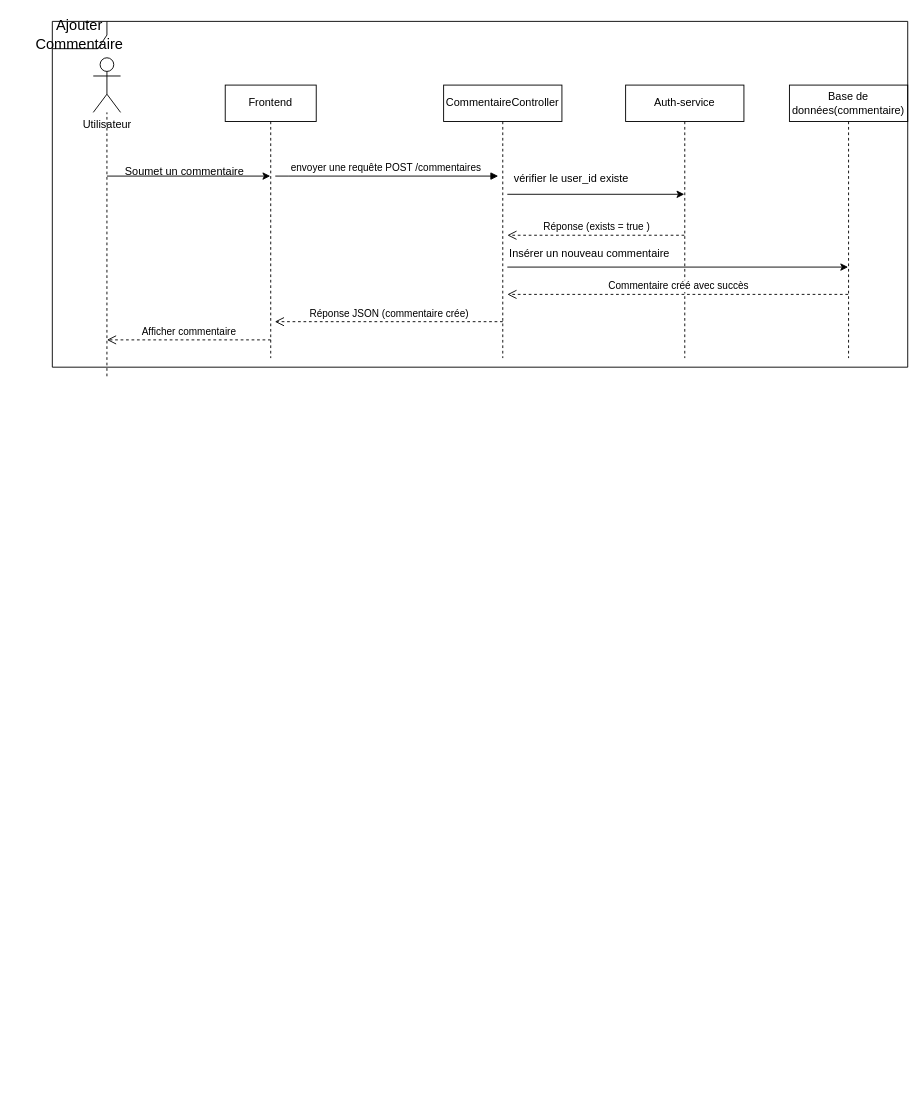
Before: Diagramme sans nom.drawio in yassigh/app-e-commerce, a draw.io diagram. Source tidied: cells renumbered, new cells numbered last; positions are measured from the earlier drawing's top-left corner, leaving out a move shared by most shapes. Both pictures are drawn from the tidied source at 91%, with x=0, y=0 at pixel (52, 21).
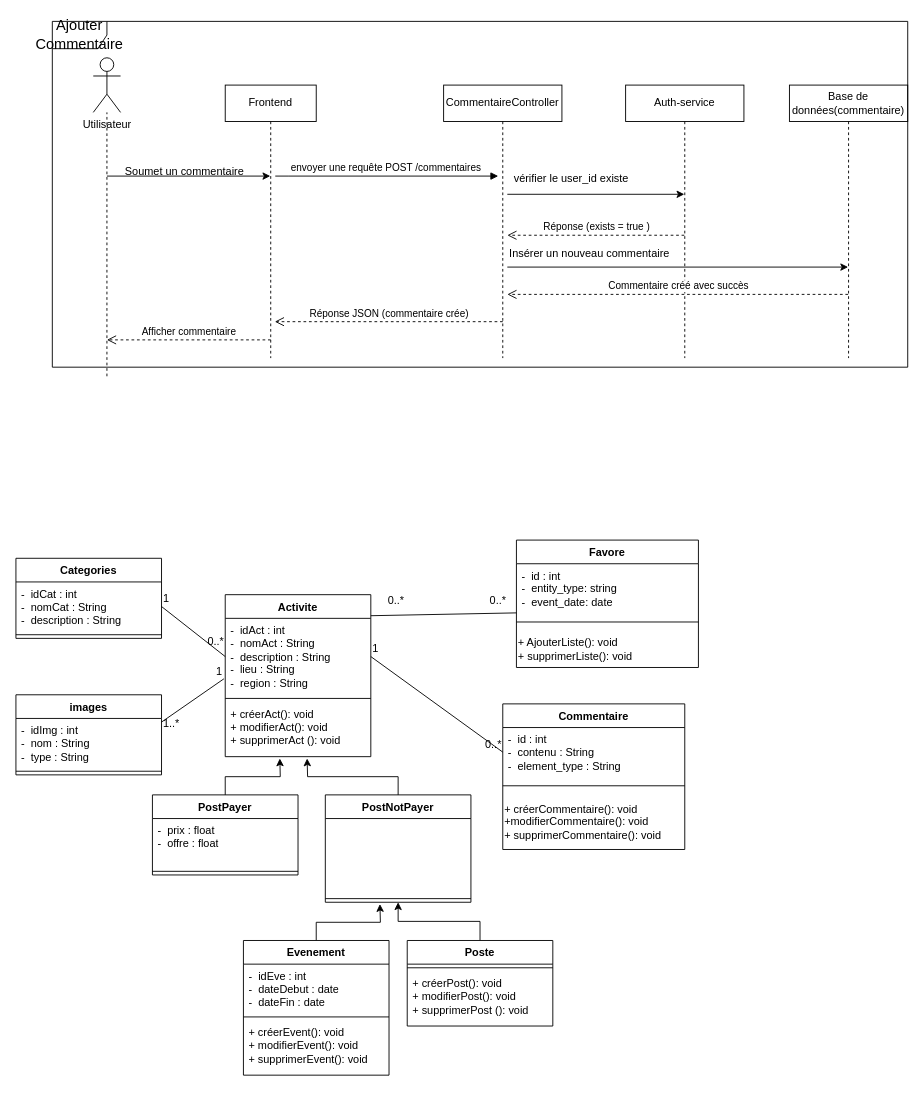
The same page after the edit.

Commit message:
Mettre à jour Diagramme sans nom.drawio

Diff of the diagram source:
```diff
@@
+    <mxCell id="20" value="&lt;b&gt;Activite&lt;/b&gt;" style="swimlane;fontStyle=1;align=center;verticalAlign=top;horizontal=1;startSize=26;whiteSpace=wrap;html=1;" parent="1" vertex="1">
+      <mxGeometry x="190" y="630" width="160" height="178" as="geometry" />
+    </mxCell>
+    <mxCell id="21" value="-&amp;nbsp; idAct : int&lt;div&gt;-&amp;nbsp; nomAct : String&lt;/div&gt;&lt;div&gt;-&amp;nbsp; description : String&lt;/div&gt;&lt;div&gt;-&amp;nbsp; lieu : String&lt;/div&gt;&lt;div&gt;-&amp;nbsp; region : String&lt;/div&gt;" style="text;strokeColor=none;fillColor=none;align=left;verticalAlign=top;spacingLeft=4;spacingRight=4;overflow=hidden;points=[[0,0.5],[1,0.5]];portConstraint=eastwest;whiteSpace=wrap;html=1;" parent="20" vertex="1">
+      <mxGeometry y="26" width="160" height="84" as="geometry" />
+    </mxCell>
+    <mxCell id="22" style="line;strokeWidth=1;fillColor=none;align=left;verticalAlign=middle;spacingTop=-1;spacingLeft=3;spacingRight=3;labelPosition=right;strokeColor=inherit;" parent="20" vertex="1">
+      <mxGeometry y="110" width="160" height="8" as="geometry" />
+    </mxCell>
+    <mxCell id="23" value="+ créerAct(): void&lt;div&gt;+ modifierAct(): void&lt;/div&gt;&lt;div&gt;+ supprimerAct (): void&lt;/div&gt;" style="text;strokeColor=none;fillColor=none;align=left;verticalAlign=top;spacingLeft=4;spacingRight=4;overflow=hidden;whiteSpace=wrap;html=1;" parent="20" vertex="1">
+      <mxGeometry y="118" width="160" height="60" as="geometry" />
+    </mxCell>
+    <mxCell id="24" value="&lt;b&gt;Categories&lt;/b&gt;" style="swimlane;fontStyle=1;align=center;verticalAlign=top;horizontal=1;startSize=26;whiteSpace=wrap;html=1;" parent="1" vertex="1">
+      <mxGeometry x="-40" y="590" width="160" height="88" as="geometry" />
+    </mxCell>
+    <mxCell id="25" value="-&amp;nbsp; idCat : int&lt;div&gt;-&amp;nbsp; nomCat : String&lt;/div&gt;&lt;div&gt;-&amp;nbsp; description : String&lt;/div&gt;&lt;div&gt;&lt;br&gt;&lt;/div&gt;" style="text;strokeColor=none;fillColor=none;align=left;verticalAlign=top;spacingLeft=4;spacingRight=4;overflow=hidden;points=[[0,0.5],[1,0.5]];portConstraint=eastwest;whiteSpace=wrap;html=1;" parent="24" vertex="1">
+      <mxGeometry y="26" width="160" height="54" as="geometry" />
+    </mxCell>
+    <mxCell id="26" style="line;strokeWidth=1;fillColor=none;align=left;verticalAlign=middle;spacingTop=-1;spacingLeft=3;spacingRight=3;labelPosition=right;strokeColor=inherit;" parent="24" vertex="1">
+      <mxGeometry y="80" width="160" height="8" as="geometry" />
+    </mxCell>
+    <mxCell id="27" value="images" style="swimlane;fontStyle=1;align=center;verticalAlign=top;horizontal=1;startSize=26;whiteSpace=wrap;html=1;" parent="1" vertex="1">
+      <mxGeometry x="-40" y="740" width="160" height="88" as="geometry" />
+    </mxCell>
+    <mxCell id="28" value="-&amp;nbsp; idImg : int&lt;div&gt;-&amp;nbsp; nom : String&lt;/div&gt;&lt;div&gt;-&amp;nbsp; type : String&lt;/div&gt;&lt;div&gt;&lt;br&gt;&lt;/div&gt;" style="text;strokeColor=none;fillColor=none;align=left;verticalAlign=top;spacingLeft=4;spacingRight=4;overflow=hidden;whiteSpace=wrap;html=1;" parent="27" vertex="1">
+      <mxGeometry y="26" width="160" height="54" as="geometry" />
+    </mxCell>
+    <mxCell id="29" style="line;strokeWidth=1;fillColor=none;align=left;verticalAlign=middle;spacingTop=-1;spacingLeft=3;spacingRight=3;labelPosition=right;strokeColor=inherit;" parent="27" vertex="1">
+      <mxGeometry y="80" width="160" height="8" as="geometry" />
+    </mxCell>
+    <mxCell id="30" style="edgeStyle=orthogonalEdgeStyle;rounded=0;jettySize=auto;html=1;exitX=0.5;exitY=0;exitDx=0;exitDy=0;" parent="1" edge="1" source="31">
+      <mxGeometry relative="1" as="geometry">
+        <mxPoint x="250" y="810" as="targetPoint" />
+      </mxGeometry>
+    </mxCell>
+    <mxCell id="31" value="&lt;b&gt;PostPayer&lt;/b&gt;" style="swimlane;fontStyle=1;align=center;verticalAlign=top;horizontal=1;startSize=26;whiteSpace=wrap;html=1;" parent="1" vertex="1">
+      <mxGeometry x="110" y="850" width="160" height="88" as="geometry" />
+    </mxCell>
+    <mxCell id="32" value="-&amp;nbsp; prix : float&lt;div&gt;-&amp;nbsp; offre : float&lt;/div&gt;&lt;div&gt;&lt;br&gt;&lt;/div&gt;" style="text;strokeColor=none;fillColor=none;align=left;verticalAlign=top;spacingLeft=4;spacingRight=4;overflow=hidden;whiteSpace=wrap;html=1;" parent="31" vertex="1">
+      <mxGeometry y="26" width="160" height="54" as="geometry" />
+    </mxCell>
+    <mxCell id="33" style="line;strokeWidth=1;fillColor=none;align=left;verticalAlign=middle;spacingTop=-1;spacingLeft=3;spacingRight=3;labelPosition=right;strokeColor=inherit;" parent="31" vertex="1">
+      <mxGeometry y="80" width="160" height="8" as="geometry" />
+    </mxCell>
+    <mxCell id="34" style="edgeStyle=orthogonalEdgeStyle;rounded=0;jettySize=auto;html=1;exitX=0.5;exitY=0;exitDx=0;exitDy=0;" parent="1" edge="1" source="35">
+      <mxGeometry relative="1" as="geometry">
+        <mxPoint x="280" y="810" as="targetPoint" />
+      </mxGeometry>
+    </mxCell>
+    <mxCell id="35" value="&lt;b&gt;PostNotPayer&lt;/b&gt;" style="swimlane;fontStyle=1;align=center;verticalAlign=top;horizontal=1;startSize=26;whiteSpace=wrap;html=1;" parent="1" vertex="1">
+      <mxGeometry x="300" y="850" width="160" height="118" as="geometry" />
+    </mxCell>
+    <mxCell id="36" value="&lt;br&gt;&lt;div&gt;&lt;br&gt;&lt;/div&gt;&lt;div&gt;&lt;br&gt;&lt;/div&gt;" style="text;strokeColor=none;fillColor=none;align=left;verticalAlign=top;spacingLeft=4;spacingRight=4;overflow=hidden;whiteSpace=wrap;html=1;" parent="35" vertex="1">
+      <mxGeometry y="26" width="160" height="84" as="geometry" />
+    </mxCell>
+    <mxCell id="37" style="line;strokeWidth=1;fillColor=none;align=left;verticalAlign=middle;spacingTop=-1;spacingLeft=3;spacingRight=3;labelPosition=right;strokeColor=inherit;" parent="35" vertex="1">
+      <mxGeometry y="110" width="160" height="8" as="geometry" />
+    </mxCell>
+    <mxCell id="38" style="edgeStyle=orthogonalEdgeStyle;rounded=0;jettySize=auto;html=1;exitX=0.5;exitY=0;exitDx=0;exitDy=0;" parent="1" edge="1" source="39">
+      <mxGeometry relative="1" as="geometry">
+        <mxPoint x="360" y="970" as="targetPoint" />
+      </mxGeometry>
+    </mxCell>
+    <mxCell id="39" value="Evenement" style="swimlane;fontStyle=1;align=center;verticalAlign=top;horizontal=1;startSize=26;whiteSpace=wrap;html=1;" parent="1" vertex="1">
+      <mxGeometry x="210" y="1010" width="160" height="148" as="geometry" />
+    </mxCell>
+    <mxCell id="40" value="-&amp;nbsp;&amp;nbsp;idEve : int&lt;div&gt;&lt;span style=&quot;background-color: transparent; color: light-dark(rgb(0, 0, 0), rgb(255, 255, 255));&quot;&gt;-&amp;nbsp;&amp;nbsp;&lt;/span&gt;dateDebut : date&lt;div&gt;-&amp;nbsp; dateFin : date&lt;/div&gt;&lt;div&gt;&lt;br&gt;&lt;/div&gt;&lt;/div&gt;" style="text;strokeColor=none;fillColor=none;align=left;verticalAlign=top;spacingLeft=4;spacingRight=4;overflow=hidden;whiteSpace=wrap;html=1;" parent="39" vertex="1">
+      <mxGeometry y="26" width="160" height="54" as="geometry" />
+    </mxCell>
+    <mxCell id="41" style="line;strokeWidth=1;fillColor=none;align=left;verticalAlign=middle;spacingTop=-1;spacingLeft=3;spacingRight=3;labelPosition=right;strokeColor=inherit;" parent="39" vertex="1">
+      <mxGeometry y="80" width="160" height="8" as="geometry" />
+    </mxCell>
+    <mxCell id="42" value="+ créerEvent(): void&lt;div&gt;+ modifierEvent(): void&lt;/div&gt;&lt;div&gt;+ supprimerEvent(): void&lt;/div&gt;" style="text;strokeColor=none;fillColor=none;align=left;verticalAlign=top;spacingLeft=4;spacingRight=4;overflow=hidden;whiteSpace=wrap;html=1;" parent="39" vertex="1">
+      <mxGeometry y="88" width="160" height="60" as="geometry" />
+    </mxCell>
+    <mxCell id="43" style="edgeStyle=orthogonalEdgeStyle;rounded=0;jettySize=auto;html=1;exitX=0.5;exitY=0;exitDx=0;exitDy=0;entryX=0.5;entryY=1;entryDx=0;entryDy=0;" parent="1" edge="1" source="44" target="35">
+      <mxGeometry relative="1" as="geometry" />
+    </mxCell>
+    <mxCell id="44" value="&lt;b&gt;Poste&lt;/b&gt;" style="swimlane;fontStyle=1;align=center;verticalAlign=top;horizontal=1;startSize=26;whiteSpace=wrap;html=1;" parent="1" vertex="1">
+      <mxGeometry x="390" y="1010" width="160" height="94" as="geometry" />
+    </mxCell>
+    <mxCell id="45" style="line;strokeWidth=1;fillColor=none;align=left;verticalAlign=middle;spacingTop=-1;spacingLeft=3;spacingRight=3;labelPosition=right;strokeColor=inherit;" parent="44" vertex="1">
+      <mxGeometry y="26" width="160" height="8" as="geometry" />
+    </mxCell>
+    <mxCell id="46" value="+ créerPost(): void&lt;div&gt;+ modifierPost(): void&lt;/div&gt;&lt;div&gt;+ supprimerPost (): void&lt;/div&gt;" style="text;strokeColor=none;fillColor=none;align=left;verticalAlign=top;spacingLeft=4;spacingRight=4;overflow=hidden;whiteSpace=wrap;html=1;" parent="44" vertex="1">
+      <mxGeometry y="34" width="160" height="60" as="geometry" />
+    </mxCell>
+    <mxCell id="47" style="endArrow=none;html=1;rounded=0;entryX=-0.009;entryY=0.791;entryDx=0;entryDy=0;entryPerimeter=0;" parent="1" edge="1" target="21">
+      <mxGeometry relative="1" as="geometry">
+        <mxPoint x="120" y="770" as="sourcePoint" />
+      </mxGeometry>
+    </mxCell>
+    <mxCell id="48" value="1..*" style="html=1;whiteSpace=wrap;align=left;verticalAlign=bottom;" parent="47" vertex="1">
+      <mxGeometry x="-1" relative="1" as="geometry">
+        <mxPoint y="10" as="offset" />
+      </mxGeometry>
+    </mxCell>
+    <mxCell id="49" value="1" style="html=1;whiteSpace=wrap;align=right;verticalAlign=bottom;" parent="47" vertex="1">
+      <mxGeometry x="1" relative="1" as="geometry" />
+    </mxCell>
+    <mxCell id="50" style="endArrow=none;html=1;rounded=0;exitX=1;exitY=0.5;exitDx=0;exitDy=0;entryX=0;entryY=0.5;entryDx=0;entryDy=0;" parent="1" edge="1" source="25" target="21">
+      <mxGeometry relative="1" as="geometry" />
+    </mxCell>
+    <mxCell id="51" value="1" style="html=1;whiteSpace=wrap;align=left;verticalAlign=bottom;" parent="50" vertex="1">
+      <mxGeometry x="-1" relative="1" as="geometry" />
+    </mxCell>
+    <mxCell id="52" value="0..*" style="html=1;whiteSpace=wrap;align=right;verticalAlign=bottom;" parent="50" vertex="1">
+      <mxGeometry x="1" relative="1" as="geometry">
+        <mxPoint y="-8" as="offset" />
+      </mxGeometry>
+    </mxCell>
+    <mxCell id="53" value="&lt;b&gt;Commentaire&lt;/b&gt;" style="swimlane;fontStyle=1;align=center;verticalAlign=top;horizontal=1;startSize=26;whiteSpace=wrap;html=1;" parent="1" vertex="1">
+      <mxGeometry x="495" y="750" width="200" height="160" as="geometry" />
+    </mxCell>
+    <mxCell id="54" value="-&amp;nbsp; id : int&lt;div&gt;-&amp;nbsp; contenu : String&lt;/div&gt;&lt;div&gt;-&amp;nbsp; element_type&lt;span style=&quot;background-color: transparent; color: light-dark(rgb(0, 0, 0), rgb(255, 255, 255));&quot;&gt;&amp;nbsp;: String&lt;/span&gt;&lt;br&gt;&lt;/div&gt;&lt;div&gt;&lt;br&gt;&lt;/div&gt;" style="text;strokeColor=none;fillColor=none;align=left;verticalAlign=top;spacingLeft=4;spacingRight=4;overflow=hidden;points=[[0,0.5],[1,0.5]];portConstraint=eastwest;whiteSpace=wrap;html=1;" parent="53" vertex="1">
+      <mxGeometry y="26" width="200" height="54" as="geometry" />
+    </mxCell>
+    <mxCell id="55" style="line;strokeWidth=1;fillColor=none;align=left;verticalAlign=middle;spacingTop=-1;spacingLeft=3;spacingRight=3;labelPosition=right;strokeColor=inherit;" parent="53" vertex="1">
+      <mxGeometry y="80" width="200" height="20" as="geometry" />
+    </mxCell>
+    <mxCell id="56" value="&lt;span style=&quot;background-color: rgb(255, 255, 255);&quot;&gt;+ créerCommentaire(): void&lt;/span&gt;&lt;br style=&quot;padding: 0px; margin: 0px;&quot;&gt;&lt;span style=&quot;background-color: rgb(255, 255, 255);&quot;&gt;+modifierCommentaire(): void&lt;/span&gt;&lt;br style=&quot;padding: 0px; margin: 0px;&quot;&gt;&lt;span style=&quot;background-color: rgb(255, 255, 255);&quot;&gt;+ supprimerCommentaire(): void&lt;/span&gt;" style="text;html=1;align=left;verticalAlign=middle;strokeColor=none;fillColor=none;" parent="53" vertex="1">
+      <mxGeometry y="100" width="200" height="60" as="geometry" />
+    </mxCell>
+    <mxCell id="57" style="endArrow=none;html=1;rounded=0;exitX=1;exitY=0.5;exitDx=0;exitDy=0;entryX=0;entryY=0.5;entryDx=0;entryDy=0;" parent="1" edge="1" source="21" target="54">
+      <mxGeometry relative="1" as="geometry" />
+    </mxCell>
+    <mxCell id="58" value="1" style="html=1;whiteSpace=wrap;align=left;verticalAlign=bottom;" parent="57" vertex="1">
+      <mxGeometry x="-1" relative="1" as="geometry" />
+    </mxCell>
+    <mxCell id="59" value="0..*" style="html=1;whiteSpace=wrap;align=right;verticalAlign=bottom;" parent="57" vertex="1">
+      <mxGeometry x="1" relative="1" as="geometry" />
+    </mxCell>
+    <mxCell id="60" value="Favore" style="swimlane;fontStyle=1;align=center;verticalAlign=top;horizontal=1;startSize=26;whiteSpace=wrap;html=1;" parent="1" vertex="1">
+      <mxGeometry x="510" y="570" width="200" height="140" as="geometry" />
+    </mxCell>
+    <mxCell id="61" value="-&amp;nbsp; id : int&lt;div&gt;-&amp;nbsp; entity_type: string&lt;/div&gt;&lt;div&gt;-&amp;nbsp;&amp;nbsp;&lt;span style=&quot;background-color: transparent;&quot;&gt;event_date: date&lt;/span&gt;&lt;br&gt;&lt;/div&gt;&lt;div&gt;&lt;br&gt;&lt;/div&gt;" style="text;strokeColor=none;fillColor=none;align=left;verticalAlign=top;spacingLeft=4;spacingRight=4;overflow=hidden;whiteSpace=wrap;html=1;" parent="60" vertex="1">
+      <mxGeometry y="26" width="200" height="54" as="geometry" />
+    </mxCell>
+    <mxCell id="62" style="line;strokeWidth=1;fillColor=none;align=left;verticalAlign=middle;spacingTop=-1;spacingLeft=3;spacingRight=3;labelPosition=right;strokeColor=inherit;" parent="60" vertex="1">
+      <mxGeometry y="80" width="200" height="20" as="geometry" />
+    </mxCell>
+    <mxCell id="63" value="&lt;span style=&quot;background-color: rgb(255, 255, 255);&quot;&gt;+ AjouterListe(): void&lt;/span&gt;&lt;br style=&quot;padding: 0px; margin: 0px;&quot;&gt;&lt;span style=&quot;background-color: rgb(255, 255, 255);&quot;&gt;+ supprimerListe(): void&lt;/span&gt;" style="text;html=1;align=left;verticalAlign=middle;strokeColor=none;fillColor=none;" parent="60" vertex="1">
+      <mxGeometry y="100" width="200" height="40" as="geometry" />
+    </mxCell>
+    <mxCell id="64" style="endArrow=none;html=1;rounded=0;exitX=0.895;exitY=-0.012;exitDx=0;exitDy=0;exitPerimeter=0;" parent="1" edge="1">
+      <mxGeometry relative="1" as="geometry">
+        <mxPoint x="350" y="653.1" as="sourcePoint" />
+        <mxPoint x="510" y="650" as="targetPoint" />
+      </mxGeometry>
+    </mxCell>
+    <mxCell id="65" value="0..*" style="html=1;whiteSpace=wrap;align=left;verticalAlign=bottom;" parent="64" vertex="1">
+      <mxGeometry x="-1" relative="1" as="geometry">
+        <mxPoint x="17" y="-8" as="offset" />
+      </mxGeometry>
+    </mxCell>
+    <mxCell id="66" value="0..*" style="html=1;whiteSpace=wrap;align=right;verticalAlign=bottom;" parent="64" vertex="1">
+      <mxGeometry x="1" relative="1" as="geometry">
+        <mxPoint x="-10" y="-5" as="offset" />
+      </mxGeometry>
+    </mxCell>
```
